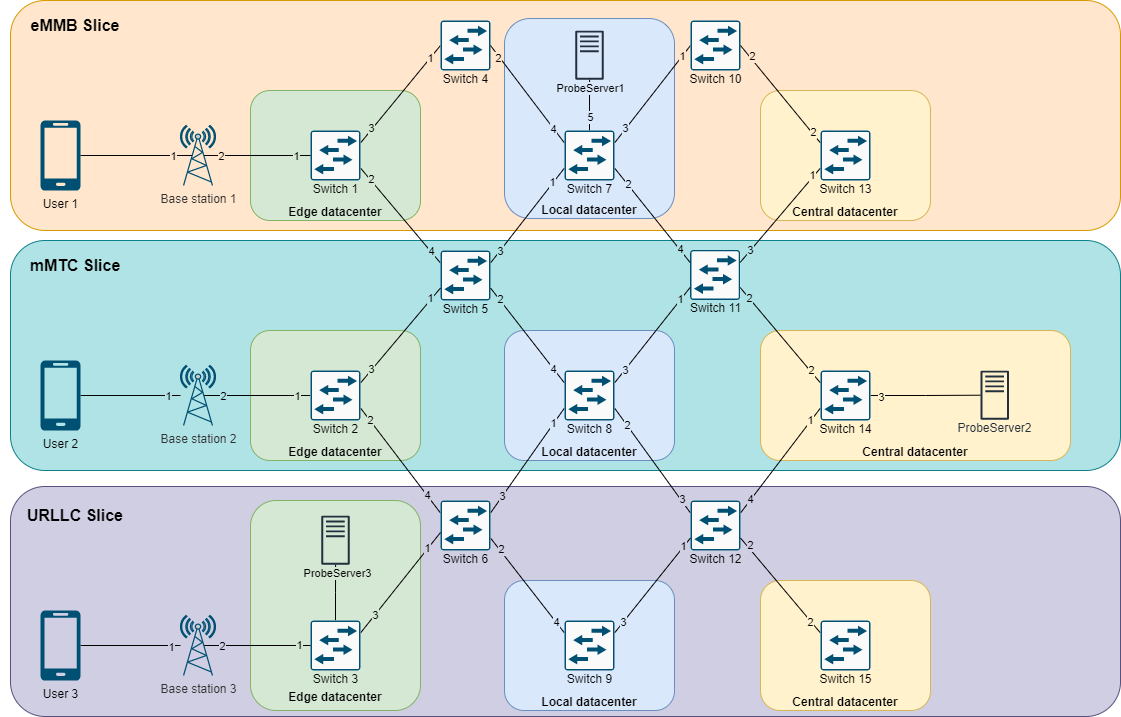
Before: images/scenario_EMU.png, a diagram exported from draw.io (SuperboGiuseppe/sdn_slicing_blueprint). Source tidied: cells renumbered, new cells last; positions are measured from the earlier drawing's top-left corner, leaving out a move shared by most shapes.
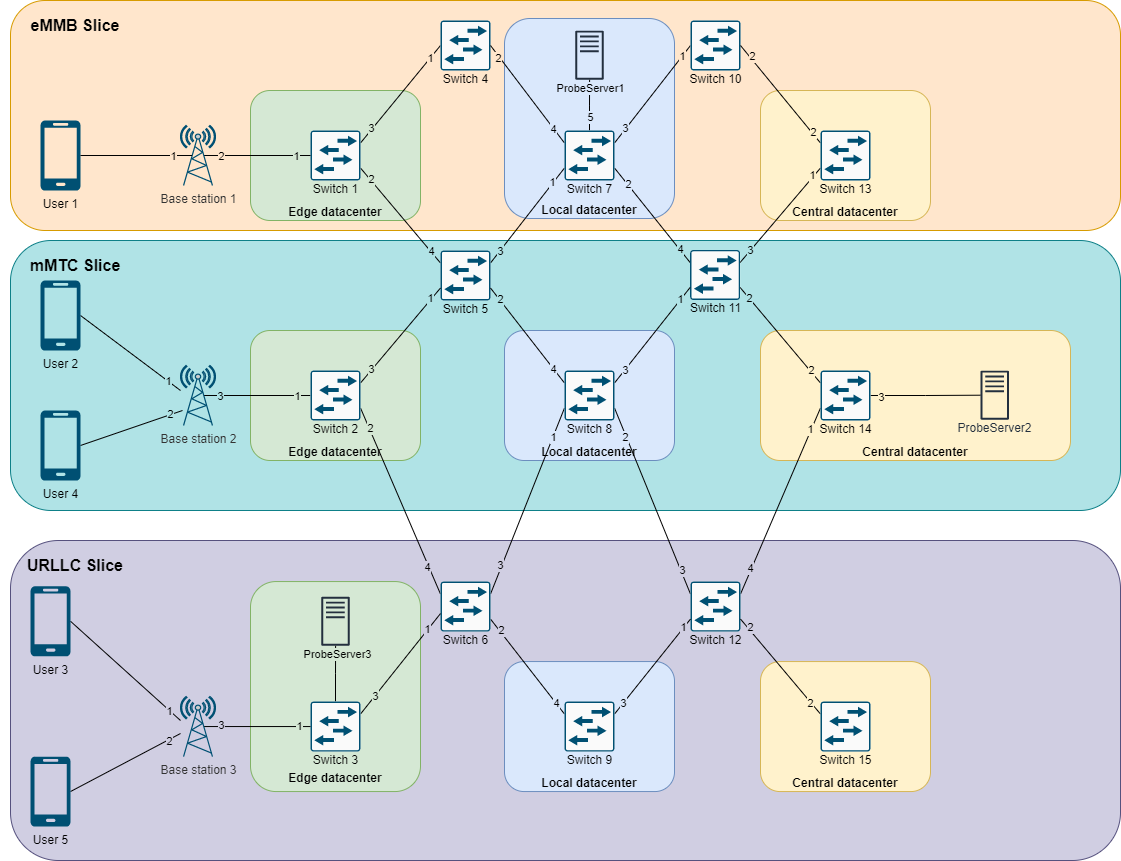
After the change.

Diff of the diagram source:
```diff
@@ -3,16 +3,16 @@
     <mxCell id="0" />
     <mxCell id="1" parent="0" />
     <mxCell id="2" style="rounded=1;whiteSpace=wrap;html=1;fillColor=#d0cee2;strokeColor=#56517e;" parent="1" vertex="1">
-      <mxGeometry x="10" y="486" width="1110" height="230" as="geometry" />
+      <mxGeometry x="10" y="540" width="1110" height="320" as="geometry" />
     </mxCell>
     <mxCell id="3" style="rounded=1;whiteSpace=wrap;html=1;fillColor=#b0e3e6;strokeColor=#0e8088;" parent="1" vertex="1">
-      <mxGeometry x="10" y="240" width="1110" height="230" as="geometry" />
+      <mxGeometry x="10" y="240" width="1110" height="270" as="geometry" />
     </mxCell>
     <mxCell id="4" style="rounded=1;whiteSpace=wrap;html=1;fillColor=#ffe6cc;strokeColor=#d79b00;" parent="1" vertex="1">
       <mxGeometry x="10" width="1110" height="230" as="geometry" />
     </mxCell>
     <mxCell id="5" value="&lt;b&gt;&lt;br&gt;&lt;br&gt;&lt;span style=&quot;color: rgb(0 , 0 , 0) ; font-family: &amp;#34;helvetica&amp;#34; ; font-size: 12px ; font-style: normal ; letter-spacing: normal ; text-align: center ; text-indent: 0px ; text-transform: none ; word-spacing: 0px ; display: inline ; float: none&quot;&gt;&lt;br&gt;&lt;br&gt;&lt;br&gt;&lt;br&gt;&lt;br&gt;&lt;br&gt;Local datacenter&lt;/span&gt;&lt;/b&gt;" style="rounded=1;whiteSpace=wrap;html=1;fillColor=#dae8fc;strokeColor=#6c8ebf;" parent="1" vertex="1">
-      <mxGeometry x="504" y="580" width="170" height="130" as="geometry" />
+      <mxGeometry x="504" y="661" width="170" height="130" as="geometry" />
     </mxCell>
     <mxCell id="6" value="&lt;br&gt;&lt;br&gt;&lt;br&gt;&lt;br&gt;&lt;br&gt;&lt;br&gt;&lt;br&gt;&lt;br&gt;&lt;b&gt;Central datacenter&lt;/b&gt;" style="rounded=1;whiteSpace=wrap;html=1;fillColor=#fff2cc;strokeColor=#d6b656;" parent="1" vertex="1">
       <mxGeometry x="760" y="330" width="310" height="130" as="geometry" />
@@ -214,9 +214,9 @@
     <mxCell id="57" value="1" style="edgeLabel;html=1;align=center;verticalAlign=middle;labelBackgroundColor=#D5E8D4;" parent="56" vertex="1">
       <mxGeometry x="-0.73" relative="1" as="geometry" />
     </mxCell>
-    <mxCell id="58" value="2" style="edgeLabel;html=1;align=center;verticalAlign=middle;fontColor=#000000;labelBackgroundColor=#B0E3E6;" parent="56" vertex="1">
-      <mxGeometry x="0.65" relative="1" as="geometry" />
-    </mxCell>
+    <mxCell id="124" value="3" style="edgeLabel;html=1;align=center;verticalAlign=middle;labelBackgroundColor=#B0E3E6;" parent="56" vertex="1">
+      <mxGeometry x="0.71" relative="1" as="geometry" />
+    </mxCell>
     <mxCell id="59" value="Switch 2" style="points=[[0.015,0.015,0],[0.985,0.015,0],[0.985,0.985,0],[0.015,0.985,0],[0.25,0,0],[0.5,0,0],[0.75,0,0],[1,0.25,0],[1,0.5,0],[1,0.75,0],[0.75,1,0],[0.5,1,0],[0.25,1,0],[0,0.75,0],[0,0.5,0],[0,0.25,0]];verticalLabelPosition=bottom;html=1;verticalAlign=top;align=center;shape=mxgraph.cisco19.rect;prIcon=l2_switch;fillColor=#FAFAFA;strokeColor=#005073;spacing=-3;" parent="1" vertex="1">
       <mxGeometry x="310" y="370" width="50" height="50" as="geometry" />
     </mxCell>
@@ -230,7 +230,7 @@
     </mxCell>
     <mxCell id="62" value="3" style="edgeLabel;html=1;align=center;verticalAlign=middle;fontColor=#000000;labelBackgroundColor=#D0CEE2;" parent="60" vertex="1">
       <mxGeometry x="-0.63" y="1" relative="1" as="geometry">
-        <mxPoint x="-2" y="3" as="offset" />
+        <mxPoint x="-3" y="6" as="offset" />
       </mxGeometry>
     </mxCell>
     <mxCell id="63" style="edgeStyle=none;rounded=0;jettySize=auto;html=1;exitX=1;exitY=0.75;exitDx=0;exitDy=0;exitPerimeter=0;entryX=0;entryY=0.25;entryDx=0;entryDy=0;entryPerimeter=0;endArrow=none;endFill=0;" parent="1" edge="1" source="66" target="95">
@@ -247,7 +247,7 @@
       </mxGeometry>
     </mxCell>
     <mxCell id="66" value="Switch 6" style="points=[[0.015,0.015,0],[0.985,0.015,0],[0.985,0.985,0],[0.015,0.985,0],[0.25,0,0],[0.5,0,0],[0.75,0,0],[1,0.25,0],[1,0.5,0],[1,0.75,0],[0.75,1,0],[0.5,1,0],[0.25,1,0],[0,0.75,0],[0,0.5,0],[0,0.25,0]];verticalLabelPosition=bottom;html=1;verticalAlign=top;align=center;shape=mxgraph.cisco19.rect;prIcon=l2_switch;fillColor=#FAFAFA;strokeColor=#005073;spacing=-3;" parent="1" vertex="1">
-      <mxGeometry x="440" y="500" width="50" height="50" as="geometry" />
+      <mxGeometry x="440" y="581" width="50" height="50" as="geometry" />
     </mxCell>
     <mxCell id="67" style="edgeStyle=none;rounded=0;jettySize=auto;html=1;exitX=0;exitY=0.25;exitDx=0;exitDy=0;exitPerimeter=0;entryX=1;entryY=0.75;entryDx=0;entryDy=0;entryPerimeter=0;endArrow=none;endFill=0;" parent="1" edge="1" source="76" target="24">
       <mxGeometry relative="1" as="geometry" />
@@ -278,7 +278,7 @@
     </mxCell>
     <mxCell id="74" value="2" style="edgeLabel;html=1;align=center;verticalAlign=middle;fontColor=#000000;labelBackgroundColor=#DAE8FC;" parent="73" vertex="1">
       <mxGeometry x="-0.59" y="1" relative="1" as="geometry">
-        <mxPoint x="-4" y="-4" as="offset" />
+        <mxPoint x="-6" y="-9" as="offset" />
       </mxGeometry>
     </mxCell>
     <mxCell id="75" value="3" style="edgeLabel;html=1;align=center;verticalAlign=middle;fontColor=#000000;labelBackgroundColor=#D0CEE2;" parent="73" vertex="1">
@@ -299,7 +299,7 @@
       </mxGeometry>
     </mxCell>
     <mxCell id="80" value="Switch 12" style="points=[[0.015,0.015,0],[0.985,0.015,0],[0.985,0.985,0],[0.015,0.985,0],[0.25,0,0],[0.5,0,0],[0.75,0,0],[1,0.25,0],[1,0.5,0],[1,0.75,0],[0.75,1,0],[0.5,1,0],[0.25,1,0],[0,0.75,0],[0,0.5,0],[0,0.25,0]];verticalLabelPosition=bottom;html=1;verticalAlign=top;align=center;shape=mxgraph.cisco19.rect;prIcon=l2_switch;fillColor=#FAFAFA;strokeColor=#005073;spacing=-3;" parent="1" vertex="1">
-      <mxGeometry x="690" y="500" width="50" height="50" as="geometry" />
+      <mxGeometry x="690" y="581" width="50" height="50" as="geometry" />
     </mxCell>
     <mxCell id="81" style="edgeStyle=orthogonalEdgeStyle;rounded=0;jettySize=auto;html=1;exitX=1;exitY=0.5;exitDx=0;exitDy=0;exitPerimeter=0;endArrow=none;endFill=0;" parent="1" edge="1" source="83" target="122">
       <mxGeometry relative="1" as="geometry" />
@@ -311,10 +311,10 @@
       <mxGeometry x="820" y="370" width="50" height="50" as="geometry" />
     </mxCell>
     <mxCell id="84" value="&lt;br&gt;&lt;br&gt;&lt;br&gt;&lt;br&gt;&lt;br&gt;&lt;br&gt;&lt;br&gt;&lt;br&gt;&lt;b&gt;Central datacenter&lt;/b&gt;" style="rounded=1;whiteSpace=wrap;html=1;fillColor=#fff2cc;strokeColor=#d6b656;" parent="1" vertex="1">
-      <mxGeometry x="760" y="580" width="170" height="130" as="geometry" />
+      <mxGeometry x="760" y="661" width="170" height="130" as="geometry" />
     </mxCell>
     <mxCell id="85" value="&lt;br&gt;&lt;br&gt;&lt;br&gt;&lt;br&gt;&lt;br&gt;&lt;br&gt;&lt;br&gt;&lt;br&gt;&lt;br&gt;&lt;br&gt;&lt;br&gt;&lt;br&gt;&lt;br&gt;&lt;b&gt;Edge datacenter&lt;/b&gt;" style="rounded=1;whiteSpace=wrap;html=1;fillColor=#d5e8d4;strokeColor=#82b366;" parent="1" vertex="1">
-      <mxGeometry x="250" y="500" width="170" height="210" as="geometry" />
+      <mxGeometry x="250" y="581" width="170" height="210" as="geometry" />
     </mxCell>
     <mxCell id="86" style="edgeStyle=none;rounded=0;jettySize=auto;html=1;exitX=1;exitY=0.25;exitDx=0;exitDy=0;exitPerimeter=0;entryX=0;entryY=0.64;entryDx=0;entryDy=0;entryPerimeter=0;endArrow=none;endFill=0;" parent="1" edge="1" source="91" target="66">
       <mxGeometry relative="1" as="geometry" />
@@ -334,7 +334,7 @@
       <mxGeometry x="0.71" y="-1" relative="1" as="geometry" />
     </mxCell>
     <mxCell id="91" value="Switch 3" style="points=[[0.015,0.015,0],[0.985,0.015,0],[0.985,0.985,0],[0.015,0.985,0],[0.25,0,0],[0.5,0,0],[0.75,0,0],[1,0.25,0],[1,0.5,0],[1,0.75,0],[0.75,1,0],[0.5,1,0],[0.25,1,0],[0,0.75,0],[0,0.5,0],[0,0.25,0]];verticalLabelPosition=bottom;html=1;verticalAlign=top;align=center;shape=mxgraph.cisco19.rect;prIcon=l2_switch;fillColor=#FAFAFA;strokeColor=#005073;spacing=-3;" parent="1" vertex="1">
-      <mxGeometry x="310" y="620" width="50" height="50" as="geometry" />
+      <mxGeometry x="310" y="701" width="50" height="50" as="geometry" />
     </mxCell>
     <mxCell id="92" style="edgeStyle=none;rounded=0;jettySize=auto;html=1;exitX=1;exitY=0.25;exitDx=0;exitDy=0;exitPerimeter=0;entryX=0;entryY=0.75;entryDx=0;entryDy=0;entryPerimeter=0;endArrow=none;endFill=0;" parent="1" edge="1" source="95" target="80">
       <mxGeometry relative="1" as="geometry" />
@@ -348,7 +348,7 @@
       <mxGeometry x="0.83" y="1" relative="1" as="geometry" />
     </mxCell>
     <mxCell id="95" value="Switch 9" style="points=[[0.015,0.015,0],[0.985,0.015,0],[0.985,0.985,0],[0.015,0.985,0],[0.25,0,0],[0.5,0,0],[0.75,0,0],[1,0.25,0],[1,0.5,0],[1,0.75,0],[0.75,1,0],[0.5,1,0],[0.25,1,0],[0,0.75,0],[0,0.5,0],[0,0.25,0]];verticalLabelPosition=bottom;html=1;verticalAlign=top;align=center;shape=mxgraph.cisco19.rect;prIcon=l2_switch;fillColor=#FAFAFA;strokeColor=#005073;spacing=-3;" parent="1" vertex="1">
-      <mxGeometry x="564" y="620" width="50" height="50" as="geometry" />
+      <mxGeometry x="564" y="701" width="50" height="50" as="geometry" />
     </mxCell>
     <mxCell id="96" style="edgeStyle=none;rounded=0;jettySize=auto;html=1;exitX=0;exitY=0.25;exitDx=0;exitDy=0;exitPerimeter=0;entryX=1;entryY=0.75;entryDx=0;entryDy=0;entryPerimeter=0;endArrow=none;endFill=0;" parent="1" edge="1" source="99" target="80">
       <mxGeometry relative="1" as="geometry" />
@@ -364,7 +364,7 @@
       </mxGeometry>
     </mxCell>
     <mxCell id="99" value="Switch 15&lt;br&gt;" style="points=[[0.015,0.015,0],[0.985,0.015,0],[0.985,0.985,0],[0.015,0.985,0],[0.25,0,0],[0.5,0,0],[0.75,0,0],[1,0.25,0],[1,0.5,0],[1,0.75,0],[0.75,1,0],[0.5,1,0],[0.25,1,0],[0,0.75,0],[0,0.5,0],[0,0.25,0]];verticalLabelPosition=bottom;html=1;verticalAlign=top;align=center;shape=mxgraph.cisco19.rect;prIcon=l2_switch;fillColor=#FAFAFA;strokeColor=#005073;spacing=-3;" parent="1" vertex="1">
-      <mxGeometry x="820" y="620" width="50" height="50" as="geometry" />
+      <mxGeometry x="820" y="701" width="50" height="50" as="geometry" />
     </mxCell>
     <mxCell id="100" style="edgeStyle=orthogonalEdgeStyle;rounded=0;jettySize=auto;html=1;exitX=0.67;exitY=0.5;exitDx=0;exitDy=0;exitPerimeter=0;entryX=0;entryY=0.5;entryDx=0;entryDy=0;entryPerimeter=0;endArrow=none;endFill=0;" parent="1" edge="1" source="103" target="19">
       <mxGeometry relative="1" as="geometry" />
@@ -388,16 +388,14 @@
     <mxCell id="105" style="edgeStyle=orthogonalEdgeStyle;rounded=0;jettySize=auto;html=1;exitX=0.67;exitY=0.5;exitDx=0;exitDy=0;exitPerimeter=0;entryX=0;entryY=0.5;entryDx=0;entryDy=0;entryPerimeter=0;endArrow=none;endFill=0;" parent="1" edge="1" source="108" target="91">
       <mxGeometry relative="1" as="geometry" />
     </mxCell>
-    <mxCell id="106" value="2" style="edgeLabel;html=1;align=center;verticalAlign=middle;fontColor=#000000;labelBackgroundColor=#D0CEE2;" parent="105" vertex="1">
-      <mxGeometry x="-0.66" y="1" relative="1" as="geometry">
-        <mxPoint y="1" as="offset" />
-      </mxGeometry>
-    </mxCell>
     <mxCell id="107" value="1" style="edgeLabel;html=1;align=center;verticalAlign=middle;fontColor=#000000;labelBackgroundColor=#D5E8D4;" parent="105" vertex="1">
       <mxGeometry x="0.78" y="1" relative="1" as="geometry" />
     </mxCell>
+    <mxCell id="125" value="3" style="edgeLabel;html=1;align=center;verticalAlign=middle;labelBackgroundColor=#D0CEE2;" parent="105" vertex="1">
+      <mxGeometry x="-0.69" y="2" relative="1" as="geometry" />
+    </mxCell>
     <mxCell id="108" value="&lt;font color=&quot;#333333&quot;&gt;Base station 3&lt;br&gt;&lt;/font&gt;" style="fontColor=#0066CC;verticalAlign=top;verticalLabelPosition=bottom;labelPosition=center;align=center;html=1;outlineConnect=0;fillColor=#CCCCCC;gradientColor=none;gradientDirection=north;strokeWidth=2;shape=mxgraph.networks.radio_tower;strokeColor=#005073;" parent="1" vertex="1">
-      <mxGeometry x="180" y="615" width="35" height="60" as="geometry" />
+      <mxGeometry x="180" y="696" width="35" height="60" as="geometry" />
     </mxCell>
     <mxCell id="109" style="edgeStyle=orthogonalEdgeStyle;rounded=0;jettySize=auto;html=1;exitX=1;exitY=0.5;exitDx=0;exitDy=0;exitPerimeter=0;entryX=0.33;entryY=0.5;entryDx=0;entryDy=0;entryPerimeter=0;endArrow=none;endFill=0;" parent="1" edge="1" source="111" target="103">
       <mxGeometry relative="1" as="geometry" />
@@ -410,23 +408,27 @@
     <mxCell id="111" value="User 1" style="verticalLabelPosition=bottom;html=1;verticalAlign=top;align=center;strokeColor=none;shape=mxgraph.azure.mobile;fillColor=#005073;" parent="1" vertex="1">
       <mxGeometry x="40" y="120" width="40" height="70" as="geometry" />
     </mxCell>
-    <mxCell id="112" style="edgeStyle=orthogonalEdgeStyle;rounded=0;jettySize=auto;html=1;exitX=1;exitY=0.5;exitDx=0;exitDy=0;exitPerimeter=0;endArrow=none;endFill=0;" parent="1" edge="1" source="114" target="104">
-      <mxGeometry relative="1" as="geometry" />
+    <mxCell id="112" style="rounded=0;jettySize=auto;html=1;exitX=1;exitY=0.5;exitDx=0;exitDy=0;exitPerimeter=0;endArrow=none;endFill=0;" parent="1" edge="1" source="114">
+      <mxGeometry relative="1" as="geometry">
+        <mxPoint x="180" y="390" as="targetPoint" />
+      </mxGeometry>
     </mxCell>
     <mxCell id="113" value="1" style="edgeLabel;html=1;align=center;verticalAlign=middle;fontColor=#000000;labelBackgroundColor=#B0E3E6;" parent="112" vertex="1">
       <mxGeometry x="0.75" relative="1" as="geometry" />
     </mxCell>
     <mxCell id="114" value="User 2" style="verticalLabelPosition=bottom;html=1;verticalAlign=top;align=center;strokeColor=none;shape=mxgraph.azure.mobile;fillColor=#005073;" parent="1" vertex="1">
-      <mxGeometry x="40" y="360" width="40" height="70" as="geometry" />
+      <mxGeometry x="40" y="280" width="40" height="70" as="geometry" />
     </mxCell>
-    <mxCell id="115" style="edgeStyle=orthogonalEdgeStyle;rounded=0;jettySize=auto;html=1;exitX=1;exitY=0.5;exitDx=0;exitDy=0;exitPerimeter=0;fontColor=#000000;endArrow=none;endFill=0;" parent="1" edge="1" source="117" target="108">
-      <mxGeometry relative="1" as="geometry" />
+    <mxCell id="115" style="rounded=0;jettySize=auto;html=1;exitX=1;exitY=0.5;exitDx=0;exitDy=0;exitPerimeter=0;fontColor=#000000;endArrow=none;endFill=0;" parent="1" edge="1" source="117">
+      <mxGeometry relative="1" as="geometry">
+        <mxPoint x="180" y="720" as="targetPoint" />
+      </mxGeometry>
     </mxCell>
     <mxCell id="116" value="1" style="edgeLabel;html=1;align=center;verticalAlign=middle;fontColor=#000000;labelBorderColor=none;labelBackgroundColor=#D0CEE2;" parent="115" vertex="1">
       <mxGeometry x="0.79" y="-1" relative="1" as="geometry" />
     </mxCell>
     <mxCell id="117" value="User 3" style="verticalLabelPosition=bottom;html=1;verticalAlign=top;align=center;strokeColor=none;shape=mxgraph.azure.mobile;fillColor=#005073;" parent="1" vertex="1">
-      <mxGeometry x="40" y="610" width="40" height="70" as="geometry" />
+      <mxGeometry x="30" y="585.8" width="40" height="70" as="geometry" />
     </mxCell>
     <mxCell id="118" value="&lt;b&gt;&lt;font style=&quot;font-size: 16px&quot;&gt;eMMB Slice&lt;/font&gt;&lt;/b&gt;" style="text;html=1;strokeColor=none;fillColor=none;align=center;verticalAlign=middle;whiteSpace=wrap;rounded=0;" parent="1" vertex="1">
       <mxGeometry y="10" width="150" height="30" as="geometry" />
@@ -435,7 +437,7 @@
       <mxGeometry y="250" width="150" height="30" as="geometry" />
     </mxCell>
     <mxCell id="120" value="&lt;b&gt;&lt;font style=&quot;font-size: 16px&quot;&gt;URLLC Slice&lt;/font&gt;&lt;/b&gt;" style="text;html=1;strokeColor=none;fillColor=none;align=center;verticalAlign=middle;whiteSpace=wrap;rounded=0;" parent="1" vertex="1">
-      <mxGeometry y="500" width="150" height="30" as="geometry" />
+      <mxGeometry y="550" width="150" height="30" as="geometry" />
     </mxCell>
     <mxCell id="121" style="outlineConnect=0;fontColor=#232F3E;gradientColor=none;fillColor=#232F3E;strokeColor=none;dashed=0;verticalLabelPosition=bottom;verticalAlign=top;align=center;html=1;fontSize=12;fontStyle=0;shape=mxgraph.aws4.traditional_server;" parent="1" vertex="1">
       <mxGeometry x="574.8" y="30" width="28.5" height="49.4" as="geometry" />
@@ -444,7 +446,31 @@
       <mxGeometry x="980" y="370" width="28.5" height="49.4" as="geometry" />
     </mxCell>
     <mxCell id="123" style="outlineConnect=0;fontColor=#232F3E;gradientColor=none;fillColor=#232F3E;strokeColor=none;dashed=0;verticalLabelPosition=bottom;verticalAlign=top;align=center;html=1;fontSize=12;fontStyle=0;shape=mxgraph.aws4.traditional_server;" parent="1" vertex="1">
-      <mxGeometry x="320.8" y="515" width="28.5" height="49.4" as="geometry" />
+      <mxGeometry x="320.8" y="596" width="28.5" height="49.4" as="geometry" />
     </mxCell>
+    <mxCell id="126" style="edgeStyle=none;rounded=0;jettySize=auto;html=1;exitX=1;exitY=0.5;exitDx=0;exitDy=0;exitPerimeter=0;endArrow=none;endFill=0;" parent="1" edge="1" source="128">
+      <mxGeometry relative="1" as="geometry">
+        <mxPoint x="182" y="410" as="targetPoint" />
+      </mxGeometry>
+    </mxCell>
+    <mxCell id="127" value="2" style="edgeLabel;html=1;align=center;verticalAlign=middle;labelBackgroundColor=#B0E3E6;" parent="126" vertex="1">
+      <mxGeometry x="0.76" y="1" relative="1" as="geometry" />
+    </mxCell>
+    <mxCell id="128" value="User 4" style="verticalLabelPosition=bottom;html=1;verticalAlign=top;align=center;strokeColor=none;shape=mxgraph.azure.mobile;fillColor=#005073;" parent="1" vertex="1">
+      <mxGeometry x="40" y="410" width="40" height="70" as="geometry" />
+    </mxCell>
+    <mxCell id="129" style="edgeStyle=none;rounded=0;jettySize=auto;html=1;exitX=1;exitY=0.5;exitDx=0;exitDy=0;exitPerimeter=0;endArrow=none;endFill=0;" parent="1" edge="1" source="131">
+      <mxGeometry relative="1" as="geometry">
+        <mxPoint x="180" y="733" as="targetPoint" />
+      </mxGeometry>
+    </mxCell>
+    <mxCell id="130" value="2" style="edgeLabel;html=1;align=center;verticalAlign=middle;labelBackgroundColor=#D0CEE2;" parent="129" vertex="1">
+      <mxGeometry x="0.77" y="-2" relative="1" as="geometry">
+        <mxPoint y="-1" as="offset" />
+      </mxGeometry>
+    </mxCell>
+    <mxCell id="131" value="User 5" style="verticalLabelPosition=bottom;html=1;verticalAlign=top;align=center;strokeColor=none;shape=mxgraph.azure.mobile;fillColor=#005073;" parent="1" vertex="1">
+      <mxGeometry x="30" y="756" width="40" height="70" as="geometry" />
+    </mxCell>
   </root>
 </mxGraphModel>
```
